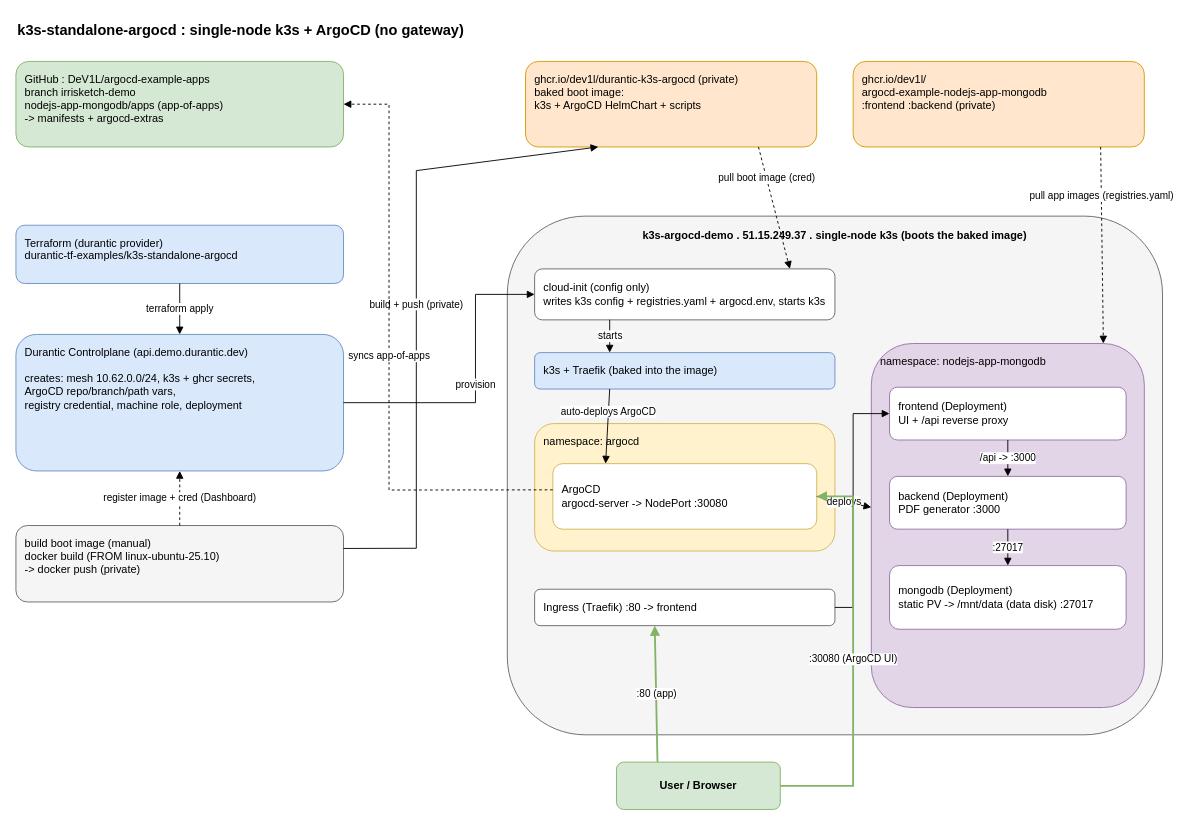
The draw.io diagram page "k3s-standalone-argocd" (1 of 3) of k3s-standalone-argocd/assets/k3s-standalone-argocd.drawio in DeV1L/durantic-tf-examples, before the edit. Source tidied: cells renumbered, new cells numbered last; positions are measured from the earlier drawing's top-left corner, leaving out a move shared by most shapes. Both pictures are drawn from the tidied source at 91%, with x=0, y=0 at pixel (15, 15).
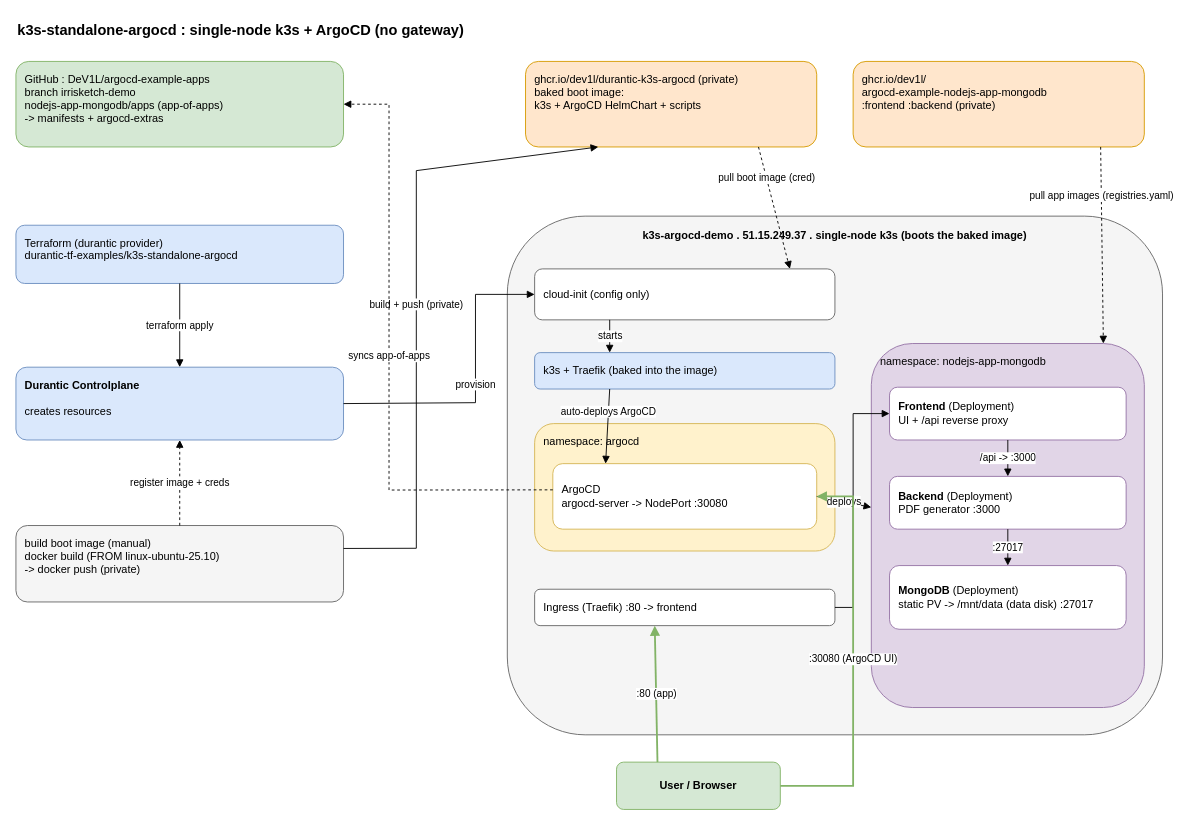
The same diagram, later.

Commit message (it also covers changes not shown here):
k3s-standalone-argocd: cleanups

Unchanged cells that the change refers to:
```xml
<mxCell id="8" value="build boot image (manual)&#10;docker build (FROM linux-ubuntu-25.10)&#10;-&gt; docker push (private)" style="rounded=1;whiteSpace=wrap;html=1;fillColor=#f5f5f5;strokeColor=#666666;align=left;verticalAlign=top;spacingLeft=8;spacingTop=6;" parent="1" vertex="1">
  <mxGeometry y="560" width="360" height="84" as="geometry" />
</mxCell>
```

Diff of the diagram source:
```diff
@@
-    <mxCell id="7" value="Durantic Controlplane  (api.demo.durantic.dev)&#10;&#10;creates: mesh 10.62.0.0/24, k3s + ghcr secrets,&#10;ArgoCD repo/branch/path vars,&#10;registry credential, machine role, deployment" style="rounded=1;whiteSpace=wrap;html=1;fillColor=#dae8fc;strokeColor=#6c8ebf;align=left;verticalAlign=top;spacingLeft=8;spacingTop=6;" parent="1" vertex="1">
-      <mxGeometry y="350" width="360" height="150" as="geometry" />
+    <mxCell id="7" value="&lt;b&gt;Durantic Controlplane&lt;br&gt;&lt;/b&gt;&lt;br&gt;creates resources" style="rounded=1;whiteSpace=wrap;html=1;fillColor=#dae8fc;strokeColor=#6c8ebf;align=left;verticalAlign=top;spacingLeft=8;spacingTop=6;" parent="1" vertex="1">
+      <mxGeometry y="386" width="360" height="80" as="geometry" />
     </mxCell>
@@
-    <mxCell id="10" value="cloud-init (config only)&#10;writes k3s config + registries.yaml + argocd.env, starts k3s" style="rounded=1;whiteSpace=wrap;html=1;fillColor=#ffffff;strokeColor=#666666;align=left;verticalAlign=middle;spacingLeft=8;" parent="1" vertex="1">
+    <mxCell id="10" value="cloud-init (config only)" style="rounded=1;whiteSpace=wrap;html=1;fillColor=#ffffff;strokeColor=#666666;align=left;verticalAlign=middle;spacingLeft=8;" parent="1" vertex="1">
       <mxGeometry x="570" y="278" width="330" height="56" as="geometry" />
     </mxCell>
@@
-    <mxCell id="16" value="frontend (Deployment)&#10;UI + /api reverse proxy" style="rounded=1;whiteSpace=wrap;html=1;fillColor=#ffffff;strokeColor=#9673a6;align=left;verticalAlign=middle;spacingLeft=8;" parent="1" vertex="1">
+    <mxCell id="16" value="&lt;b&gt;Frontend &lt;/b&gt;(Deployment)&lt;br&gt;UI + /api reverse proxy" style="rounded=1;whiteSpace=wrap;html=1;fillColor=#ffffff;strokeColor=#9673a6;align=left;verticalAlign=middle;spacingLeft=8;" parent="1" vertex="1">
       <mxGeometry x="960" y="408" width="260" height="58" as="geometry" />
     </mxCell>
-    <mxCell id="17" value="backend (Deployment)&#10;PDF generator :3000" style="rounded=1;whiteSpace=wrap;html=1;fillColor=#ffffff;strokeColor=#9673a6;align=left;verticalAlign=middle;spacingLeft=8;" parent="1" vertex="1">
+    <mxCell id="17" value="&lt;b&gt;Backend &lt;/b&gt;(Deployment)&lt;br&gt;PDF generator :3000" style="rounded=1;whiteSpace=wrap;html=1;fillColor=#ffffff;strokeColor=#9673a6;align=left;verticalAlign=middle;spacingLeft=8;" parent="1" vertex="1">
       <mxGeometry x="960" y="506" width="260" height="58" as="geometry" />
     </mxCell>
-    <mxCell id="18" value="mongodb (Deployment)&#10;static PV -&gt; /mnt/data (data disk) :27017" style="rounded=1;whiteSpace=wrap;html=1;fillColor=#ffffff;strokeColor=#9673a6;align=left;verticalAlign=middle;spacingLeft=8;" parent="1" vertex="1">
+    <mxCell id="18" value="&lt;b&gt;MongoDB &lt;/b&gt;(Deployment)&lt;br&gt;static PV -&amp;gt; /mnt/data (data disk) :27017" style="rounded=1;whiteSpace=wrap;html=1;fillColor=#ffffff;strokeColor=#9673a6;align=left;verticalAlign=middle;spacingLeft=8;" parent="1" vertex="1">
       <mxGeometry x="960" y="604" width="260" height="70" as="geometry" />
     </mxCell>
@@
-    <mxCell id="21" value="register image + cred (Dashboard)" style="endArrow=block;html=1;dashed=1;rounded=0;fontSize=11;exitX=0.5;exitY=0;exitDx=0;exitDy=0;entryX=0.5;entryY=1;entryDx=0;entryDy=0;" parent="1" edge="1" source="8" target="7">
+    <mxCell id="21" value="register image + creds" style="endArrow=block;html=1;dashed=1;rounded=0;fontSize=11;exitX=0.5;exitY=0;exitDx=0;exitDy=0;entryX=0.5;entryY=1;entryDx=0;entryDy=0;" parent="1" edge="1" source="8" target="7">
       <mxGeometry relative="1" as="geometry" />
     </mxCell>
```
